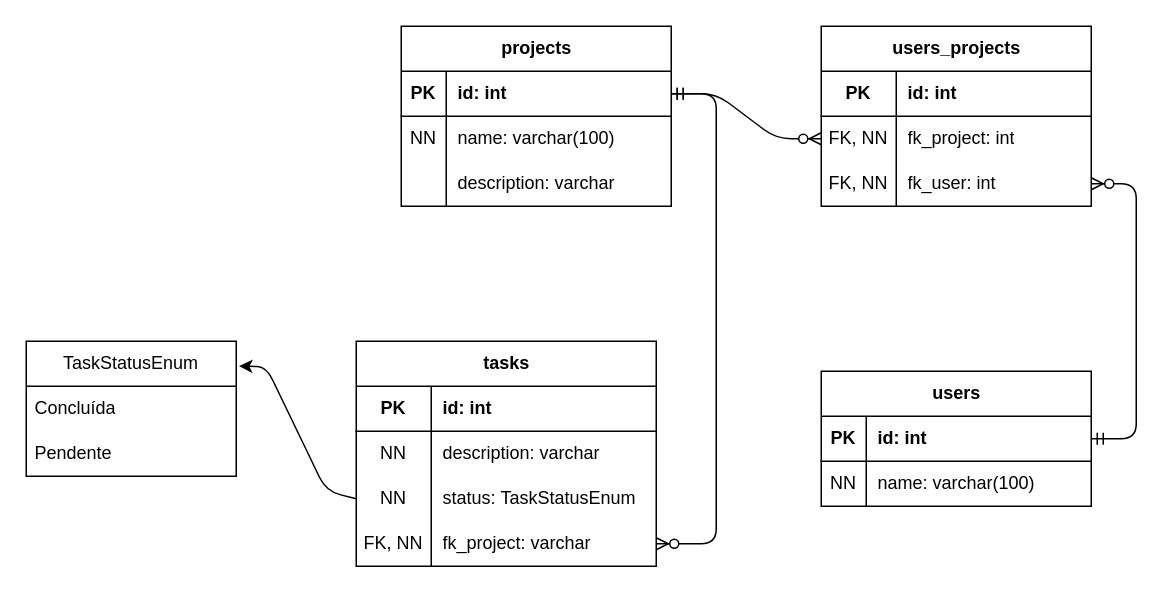
guilhermepk/APS-2-WEB-3 keeps this draw.io diagram as backend/docs/DER.drawio. Above is the earlier version. Source tidied: cells renumbered, new cells numbered last; positions are measured from the earlier drawing's top-left corner, leaving out a move shared by most shapes. Both pictures are drawn from the tidied source at 150%, with x=0, y=0 at pixel (26, 26).
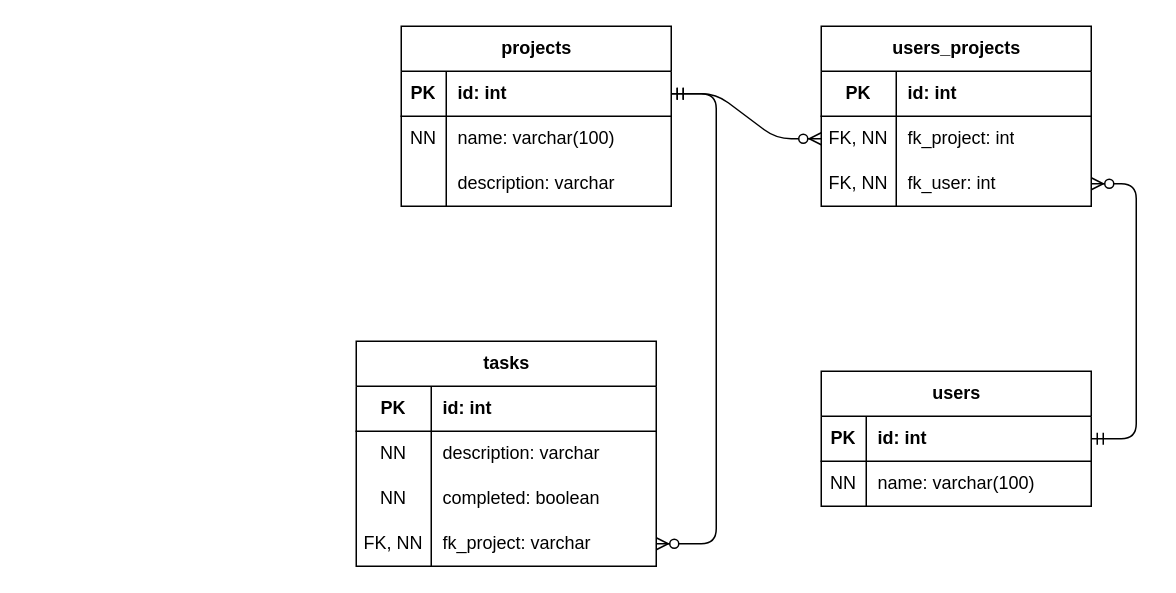
After the change.

Commit message (it also covers changes not shown here):
status: enum -> completed: boolean

The change refers to these unchanged cells:
```xml
<mxCell id="39" style="shape=tableRow;horizontal=0;startSize=0;swimlaneHead=0;swimlaneBody=0;fillColor=none;points=[[0,0.5],[1,0.5]];portConstraint=eastwest;top=0;left=0;right=0;bottom=0;" parent="32" vertex="1">
  <mxGeometry y="90" width="200" height="30" as="geometry" />
</mxCell>
```

Diff of the diagram source:
```diff
@@
-    <mxCell id="31" style="edgeStyle=none;html=1;exitX=0;exitY=0.5;exitDx=0;exitDy=0;entryX=1.013;entryY=0.184;entryDx=0;entryDy=0;entryPerimeter=0;" parent="1" edge="1" source="39" target="46">
-      <mxGeometry relative="1" as="geometry">
-        <Array as="points">
-          <mxPoint x="200" y="310" />
-          <mxPoint x="160" y="227" />
-        </Array>
-      </mxGeometry>
-    </mxCell>
@@
-    <mxCell id="41" value="status:&amp;nbsp;&lt;span style=&quot;color: rgb(0, 0, 0); text-align: center;&quot;&gt;TaskStatusEnum&lt;/span&gt;" style="shape=partialRectangle;fillColor=none;top=0;left=0;bottom=0;right=0;align=left;spacingLeft=6;overflow=hidden;whiteSpace=wrap;html=1;" parent="39" vertex="1">
+    <mxCell id="41" value="completed: boolean" style="shape=partialRectangle;fillColor=none;top=0;left=0;bottom=0;right=0;align=left;spacingLeft=6;overflow=hidden;whiteSpace=wrap;html=1;" parent="39" vertex="1">
       <mxGeometry x="50" width="150" height="30" as="geometry" />
     </mxCell>
@@
-    <mxCell id="46" value="TaskStatusEnum" style="swimlane;fontStyle=0;horizontal=1;startSize=30;whiteSpace=wrap;html=1;" parent="1" vertex="1">
-      <mxGeometry y="210" width="140" height="90" as="geometry" />
-    </mxCell>
-    <mxCell id="47" value="Concluída" style="text;strokeColor=none;fillColor=none;align=left;verticalAlign=middle;spacingLeft=4;spacingRight=4;overflow=hidden;whiteSpace=wrap;html=1;" parent="46" vertex="1">
-      <mxGeometry y="30" width="140" height="30" as="geometry" />
-    </mxCell>
-    <mxCell id="48" value="Pendente" style="text;strokeColor=none;fillColor=none;align=left;verticalAlign=middle;spacingLeft=4;spacingRight=4;overflow=hidden;whiteSpace=wrap;html=1;" parent="46" vertex="1">
-      <mxGeometry y="60" width="140" height="30" as="geometry" />
-    </mxCell>
```
